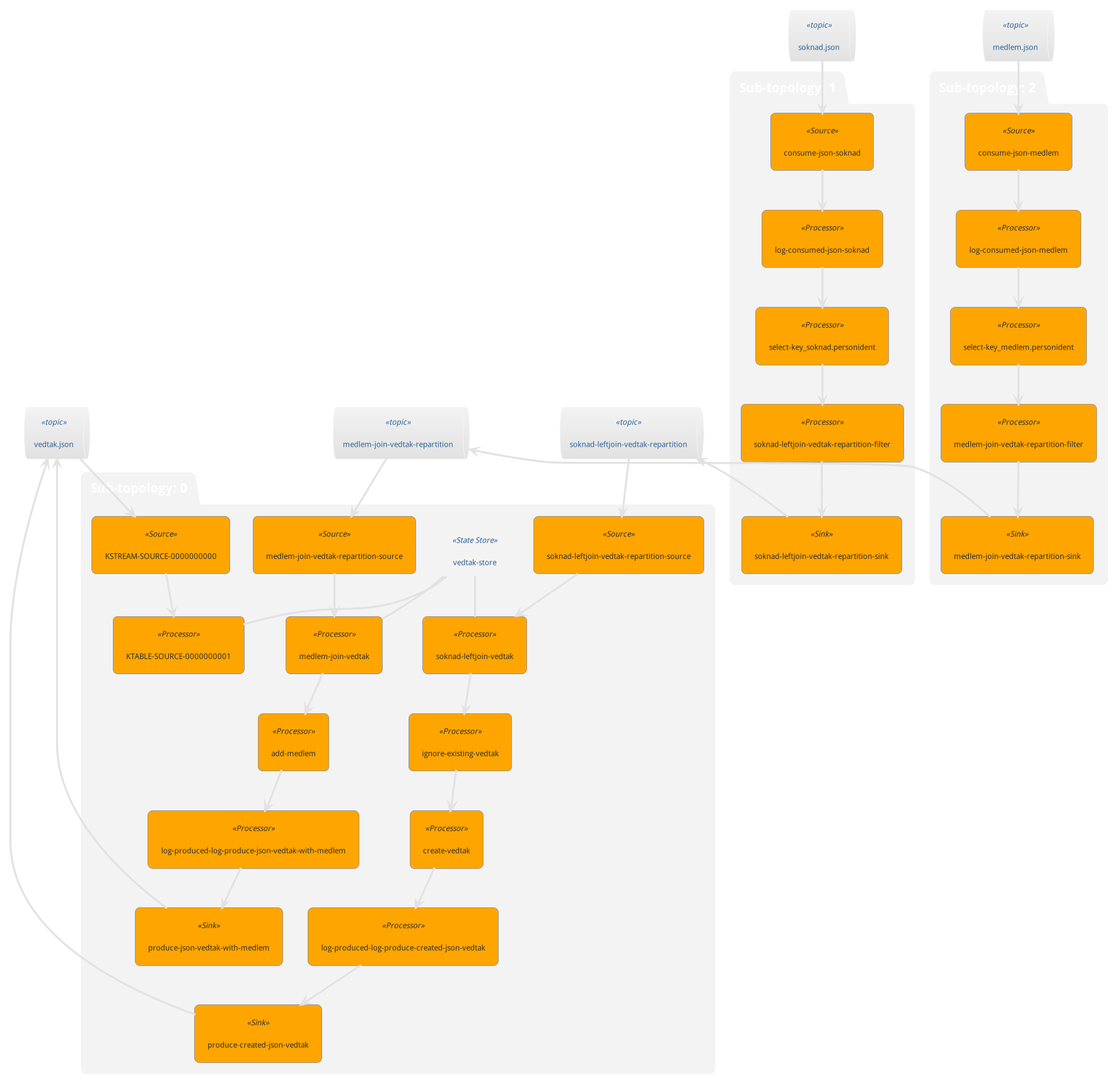
Above: app/kafka-streams-json/topology.png in rtc11/poc (PlantUML), before the change.
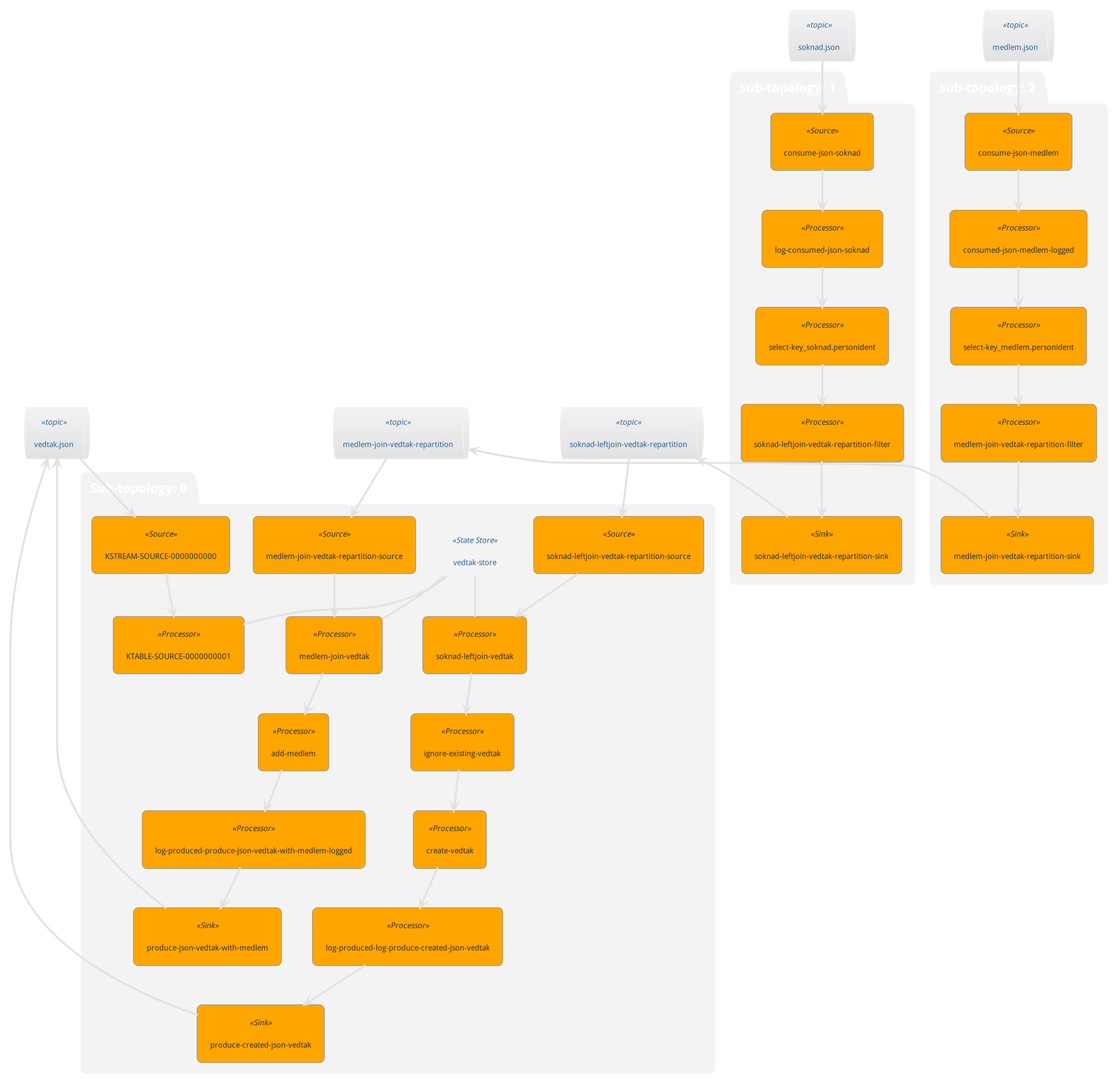
Later version of the same file.

The edit, as a diff of the source:
```diff
@@ -16,7 +16,7 @@
 	agent "create-vedtak" <<Processor>> as create_vedtak
 	agent "KSTREAM-SOURCE-0000000000" <<Source>> as KSTREAM_SOURCE_0000000000
 	agent "log-produced-log-produce-created-json-vedtak" <<Processor>> as log_produced_log_produce_created_json_vedtak
-	agent "log-produced-log-produce-json-vedtak-with-medlem" <<Processor>> as log_produced_log_produce_json_vedtak_with_medlem
+	agent "log-produced-produce-json-vedtak-with-medlem-logged" <<Processor>> as log_produced_produce_json_vedtak_with_medlem_logged
 	agent "KTABLE-SOURCE-0000000001" <<Processor>> as KTABLE_SOURCE_0000000001
 	agent "produce-created-json-vedtak" <<Sink>> as produce_created_json_vedtak
 	agent "produce-json-vedtak-with-medlem" <<Sink>> as produce_json_vedtak_with_medlem
@@ -33,11 +33,11 @@
 	soknad_leftjoin_vedtak --> ignore_existing_vedtak
 	ignore_existing_vedtak --> create_vedtak
 	medlem_join_vedtak --> add_medlem
-	add_medlem --> log_produced_log_produce_json_vedtak_with_medlem
+	add_medlem --> log_produced_produce_json_vedtak_with_medlem_logged
 	create_vedtak --> log_produced_log_produce_created_json_vedtak
 	KSTREAM_SOURCE_0000000000 --> KTABLE_SOURCE_0000000001
 	log_produced_log_produce_created_json_vedtak --> produce_created_json_vedtak
-	log_produced_log_produce_json_vedtak_with_medlem --> produce_json_vedtak_with_medlem
+	log_produced_produce_json_vedtak_with_medlem_logged --> produce_json_vedtak_with_medlem
 }
 package "Sub-topology: 1" {
 	agent "consume-json-soknad" <<Source>> as consume_json_soknad
@@ -54,14 +54,14 @@
 }
 package "Sub-topology: 2" {
 	agent "consume-json-medlem" <<Source>> as consume_json_medlem
-	agent "log-consumed-json-medlem" <<Processor>> as log_consumed_json_medlem
+	agent "consumed-json-medlem-logged" <<Processor>> as consumed_json_medlem_logged
 	agent "select-key_medlem.personident" <<Processor>> as select_key_medlem_personident
 	agent "medlem-join-vedtak-repartition-filter" <<Processor>> as medlem_join_vedtak_repartition_filter
 	agent "medlem-join-vedtak-repartition-sink" <<Sink>> as medlem_join_vedtak_repartition_sink
 	medlem_json --> consume_json_medlem
 	medlem_join_vedtak_repartition <-- medlem_join_vedtak_repartition_sink
-	consume_json_medlem --> log_consumed_json_medlem
-	log_consumed_json_medlem --> select_key_medlem_personident
+	consume_json_medlem --> consumed_json_medlem_logged
+	consumed_json_medlem_logged --> select_key_medlem_personident
 	select_key_medlem_personident --> medlem_join_vedtak_repartition_filter
 	medlem_join_vedtak_repartition_filter --> medlem_join_vedtak_repartition_sink
 }
```
